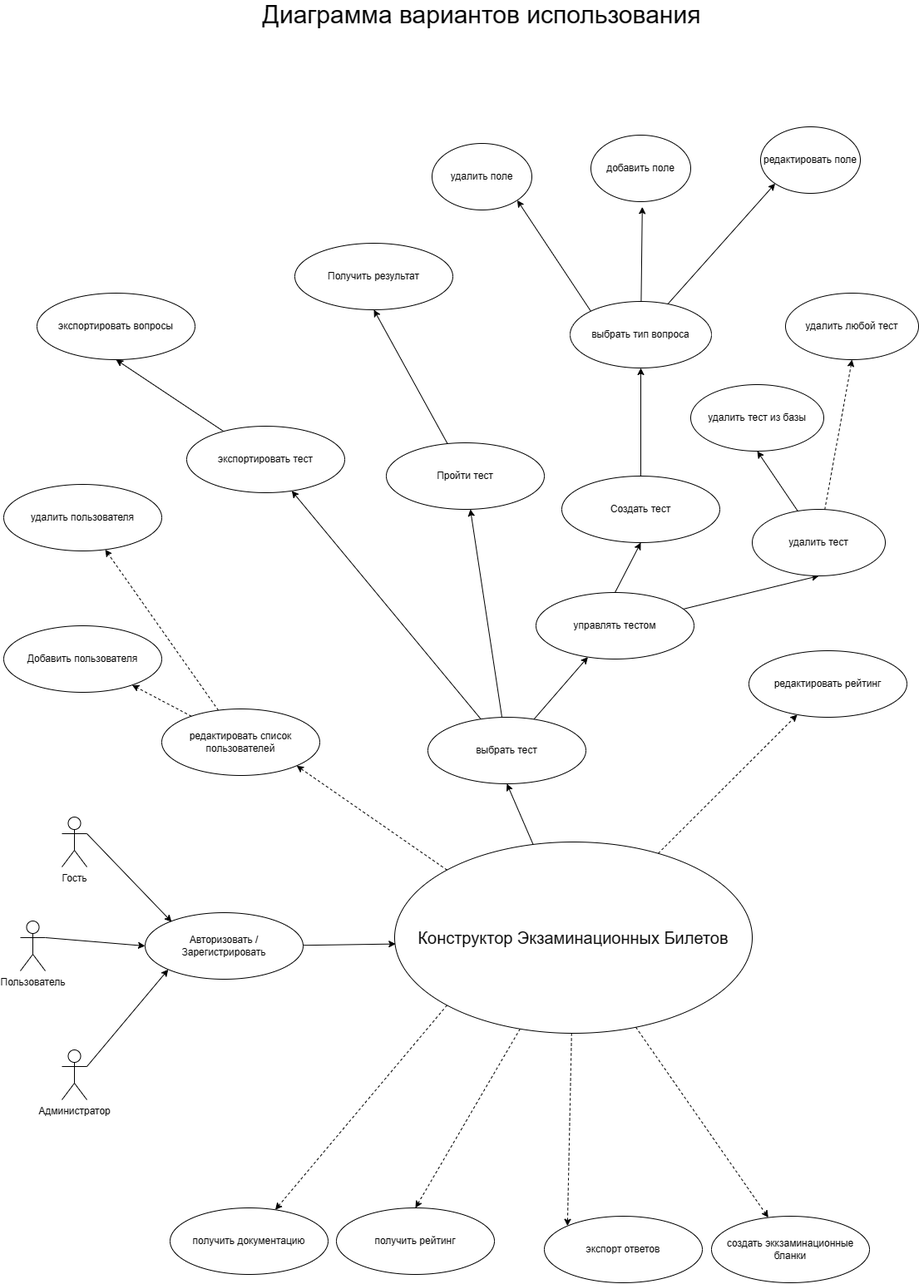
This is Diagrams/Диограмма Вариантов использования.png from alrx31/ExamineConstructor, a draw.io export, as it was before one commit. Source tidied: cells renumbered, new cells last; positions are measured from the earlier drawing's top-left corner, leaving out a move shared by most shapes. The source it was exported from:
```xml
<mxGraphModel>
  <root>
    <mxCell id="0" />
    <mxCell id="1" parent="0" />
    <mxCell id="2" value="&lt;font style=&quot;font-size: 30px;&quot;&gt;Диаграмма вариантов использования&lt;/font&gt;" style="text;strokeColor=none;align=center;fillColor=none;html=1;verticalAlign=middle;whiteSpace=wrap;rounded=0;" parent="1" vertex="1">
      <mxGeometry x="285" width="580" height="30" as="geometry" />
    </mxCell>
    <mxCell id="3" style="rounded=0;jettySize=auto;html=1;exitX=0;exitY=1;exitDx=0;exitDy=0;dashed=1;" parent="1" edge="1" source="7" target="39">
      <mxGeometry relative="1" as="geometry" />
    </mxCell>
    <mxCell id="4" style="rounded=0;jettySize=auto;html=1;entryX=0.5;entryY=1;entryDx=0;entryDy=0;" parent="1" edge="1" source="7" target="31">
      <mxGeometry relative="1" as="geometry" />
    </mxCell>
    <mxCell id="5" style="rounded=0;jettySize=auto;html=1;entryX=0.5;entryY=0;entryDx=0;entryDy=0;dashed=1;" parent="1" edge="1" source="7" target="32">
      <mxGeometry relative="1" as="geometry" />
    </mxCell>
    <mxCell id="6" style="rounded=0;jettySize=auto;html=1;dashed=1;" parent="1" edge="1" source="7" target="46">
      <mxGeometry relative="1" as="geometry" />
    </mxCell>
    <mxCell id="7" value="&lt;font style=&quot;font-size: 20px;&quot;&gt;Конструктор Экзаминационных Билетов&lt;/font&gt;" style="ellipse;whiteSpace=wrap;html=1;" parent="1" vertex="1">
      <mxGeometry x="470" y="1010" width="430" height="230" as="geometry" />
    </mxCell>
    <mxCell id="8" style="rounded=0;jettySize=auto;html=1;exitX=1;exitY=0.3333333333333333;exitDx=0;exitDy=0;exitPerimeter=0;entryX=0;entryY=0.5;entryDx=0;entryDy=0;" parent="1" edge="1" source="9" target="53">
      <mxGeometry relative="1" as="geometry" />
    </mxCell>
    <mxCell id="9" value="Пользователь" style="shape=umlActor;verticalLabelPosition=bottom;verticalAlign=top;html=1;outlineConnect=0;" parent="1" vertex="1">
      <mxGeometry x="20" y="1105" width="30" height="60" as="geometry" />
    </mxCell>
    <mxCell id="10" style="rounded=0;jettySize=auto;html=1;entryX=0.5;entryY=1;entryDx=0;entryDy=0;" parent="1" edge="1" source="11" target="44">
      <mxGeometry relative="1" as="geometry" />
    </mxCell>
    <mxCell id="11" value="Пройти тест" style="ellipse;whiteSpace=wrap;html=1;" parent="1" vertex="1">
      <mxGeometry x="460" y="530" width="190" height="80" as="geometry" />
    </mxCell>
    <mxCell id="12" style="rounded=0;jettySize=auto;html=1;exitX=0.5;exitY=0;exitDx=0;exitDy=0;entryX=0.5;entryY=1;entryDx=0;entryDy=0;" parent="1" edge="1" source="14" target="20">
      <mxGeometry relative="1" as="geometry" />
    </mxCell>
    <mxCell id="13" style="rounded=0;jettySize=auto;html=1;entryX=0.5;entryY=1;entryDx=0;entryDy=0;" parent="1" edge="1" source="14" target="25">
      <mxGeometry relative="1" as="geometry" />
    </mxCell>
    <mxCell id="14" value="управлять тестом" style="ellipse;whiteSpace=wrap;html=1;" parent="1" vertex="1">
      <mxGeometry x="640" y="710" width="190" height="80" as="geometry" />
    </mxCell>
    <mxCell id="15" style="rounded=0;jettySize=auto;html=1;entryX=0;entryY=1;entryDx=0;entryDy=0;" parent="1" edge="1" source="17" target="22">
      <mxGeometry relative="1" as="geometry" />
    </mxCell>
    <mxCell id="16" style="rounded=0;jettySize=auto;html=1;exitX=0;exitY=0;exitDx=0;exitDy=0;entryX=1;entryY=1;entryDx=0;entryDy=0;" parent="1" edge="1" source="17" target="28">
      <mxGeometry relative="1" as="geometry" />
    </mxCell>
    <mxCell id="17" value="выбрать тип вопроса" style="ellipse;whiteSpace=wrap;html=1;" parent="1" vertex="1">
      <mxGeometry x="681" y="360" width="170" height="80" as="geometry" />
    </mxCell>
    <mxCell id="18" value="добавить поле" style="ellipse;whiteSpace=wrap;html=1;" parent="1" vertex="1">
      <mxGeometry x="706" y="160" width="120" height="80" as="geometry" />
    </mxCell>
    <mxCell id="19" style="rounded=0;jettySize=auto;html=1;exitX=0.5;exitY=0;exitDx=0;exitDy=0;entryX=0.5;entryY=1;entryDx=0;entryDy=0;" parent="1" edge="1" source="20" target="17">
      <mxGeometry relative="1" as="geometry" />
    </mxCell>
    <mxCell id="20" value="Создать тест" style="ellipse;whiteSpace=wrap;html=1;" parent="1" vertex="1">
      <mxGeometry x="671" y="570" width="190" height="80" as="geometry" />
    </mxCell>
    <mxCell id="21" style="rounded=0;jettySize=auto;html=1;entryX=0.515;entryY=1.079;entryDx=0;entryDy=0;entryPerimeter=0;" parent="1" edge="1" source="17" target="18">
      <mxGeometry relative="1" as="geometry" />
    </mxCell>
    <mxCell id="22" value="редактировать поле" style="ellipse;whiteSpace=wrap;html=1;" parent="1" vertex="1">
      <mxGeometry x="910" y="150" width="120" height="80" as="geometry" />
    </mxCell>
    <mxCell id="23" style="rounded=0;jettySize=auto;html=1;entryX=0.5;entryY=1;entryDx=0;entryDy=0;" parent="1" edge="1" source="25" target="26">
      <mxGeometry relative="1" as="geometry" />
    </mxCell>
    <mxCell id="24" style="rounded=0;jettySize=auto;html=1;entryX=0.5;entryY=1;entryDx=0;entryDy=0;dashed=1;" parent="1" edge="1" source="25" target="27">
      <mxGeometry relative="1" as="geometry" />
    </mxCell>
    <mxCell id="25" value="удалить тест" style="ellipse;whiteSpace=wrap;html=1;" parent="1" vertex="1">
      <mxGeometry x="900" y="610" width="160" height="80" as="geometry" />
    </mxCell>
    <mxCell id="26" value="удалить тест из базы" style="ellipse;whiteSpace=wrap;html=1;" parent="1" vertex="1">
      <mxGeometry x="826" y="460" width="160" height="80" as="geometry" />
    </mxCell>
    <mxCell id="27" value="удалить любой тест" style="ellipse;whiteSpace=wrap;html=1;" parent="1" vertex="1">
      <mxGeometry x="940" y="350" width="160" height="80" as="geometry" />
    </mxCell>
    <mxCell id="28" value="удалить поле" style="ellipse;whiteSpace=wrap;html=1;" parent="1" vertex="1">
      <mxGeometry x="515" y="170" width="120" height="80" as="geometry" />
    </mxCell>
    <mxCell id="29" style="rounded=0;jettySize=auto;html=1;" parent="1" edge="1" source="31" target="14">
      <mxGeometry relative="1" as="geometry" />
    </mxCell>
    <mxCell id="30" style="rounded=0;jettySize=auto;html=1;" parent="1" edge="1" source="31" target="11">
      <mxGeometry relative="1" as="geometry" />
    </mxCell>
    <mxCell id="31" value="выбрать тест" style="ellipse;whiteSpace=wrap;html=1;" parent="1" vertex="1">
      <mxGeometry x="510" y="860" width="190" height="80" as="geometry" />
    </mxCell>
    <mxCell id="32" value="получить рейтинг" style="ellipse;whiteSpace=wrap;html=1;" parent="1" vertex="1">
      <mxGeometry x="400" y="1450" width="190" height="80" as="geometry" />
    </mxCell>
    <mxCell id="33" style="rounded=0;jettySize=auto;html=1;entryX=0.5;entryY=1;entryDx=0;entryDy=0;" parent="1" edge="1" source="34" target="36">
      <mxGeometry relative="1" as="geometry" />
    </mxCell>
    <mxCell id="34" value="экспортировать тест" style="ellipse;whiteSpace=wrap;html=1;" parent="1" vertex="1">
      <mxGeometry x="220" y="510" width="190" height="80" as="geometry" />
    </mxCell>
    <mxCell id="35" style="rounded=0;jettySize=auto;html=1;" parent="1" edge="1" source="31" target="34">
      <mxGeometry relative="1" as="geometry" />
    </mxCell>
    <mxCell id="36" value="экспортировать вопросы" style="ellipse;whiteSpace=wrap;html=1;" parent="1" vertex="1">
      <mxGeometry x="40" y="350" width="190" height="80" as="geometry" />
    </mxCell>
    <mxCell id="37" value="создать эккзаминационные бланки" style="ellipse;whiteSpace=wrap;html=1;" parent="1" vertex="1">
      <mxGeometry x="851" y="1460" width="190" height="80" as="geometry" />
    </mxCell>
    <mxCell id="38" style="rounded=0;jettySize=auto;html=1;dashed=1;" parent="1" edge="1" source="7" target="37">
      <mxGeometry relative="1" as="geometry" />
    </mxCell>
    <mxCell id="39" value="получить документацию" style="ellipse;whiteSpace=wrap;html=1;" parent="1" vertex="1">
      <mxGeometry x="200" y="1450" width="190" height="80" as="geometry" />
    </mxCell>
    <mxCell id="40" style="rounded=0;jettySize=auto;html=1;exitX=1;exitY=0.3333333333333333;exitDx=0;exitDy=0;exitPerimeter=0;entryX=0;entryY=1;entryDx=0;entryDy=0;" parent="1" edge="1" source="41" target="53">
      <mxGeometry relative="1" as="geometry" />
    </mxCell>
    <mxCell id="41" value="Администратор" style="shape=umlActor;verticalLabelPosition=bottom;verticalAlign=top;html=1;outlineConnect=0;" parent="1" vertex="1">
      <mxGeometry x="70" y="1260" width="30" height="60" as="geometry" />
    </mxCell>
    <mxCell id="42" value="Гость&lt;div&gt;&lt;br/&gt;&lt;/div&gt;" style="shape=umlActor;verticalLabelPosition=bottom;verticalAlign=top;html=1;outlineConnect=0;" parent="1" vertex="1">
      <mxGeometry x="70" y="980" width="30" height="60" as="geometry" />
    </mxCell>
    <mxCell id="43" style="rounded=0;jettySize=auto;html=1;entryX=0;entryY=0;entryDx=0;entryDy=0;dashed=1;" parent="1" edge="1" source="7" target="45">
      <mxGeometry relative="1" as="geometry" />
    </mxCell>
    <mxCell id="44" value="Получить результат" style="ellipse;whiteSpace=wrap;html=1;" parent="1" vertex="1">
      <mxGeometry x="350" y="290" width="190" height="80" as="geometry" />
    </mxCell>
    <mxCell id="45" value="экспорт ответов" style="ellipse;whiteSpace=wrap;html=1;" parent="1" vertex="1">
      <mxGeometry x="650" y="1460" width="190" height="80" as="geometry" />
    </mxCell>
    <mxCell id="46" value="редактировать рейтинг" style="ellipse;whiteSpace=wrap;html=1;" parent="1" vertex="1">
      <mxGeometry x="896" y="780" width="190" height="80" as="geometry" />
    </mxCell>
    <mxCell id="47" style="rounded=0;jettySize=auto;html=1;dashed=1;" parent="1" edge="1" source="49" target="51">
      <mxGeometry relative="1" as="geometry" />
    </mxCell>
    <mxCell id="48" style="rounded=0;jettySize=auto;html=1;dashed=1;" parent="1" edge="1" source="49" target="52">
      <mxGeometry relative="1" as="geometry" />
    </mxCell>
    <mxCell id="49" value="редактировать список пользователей" style="ellipse;whiteSpace=wrap;html=1;" parent="1" vertex="1">
      <mxGeometry x="190" y="850" width="190" height="80" as="geometry" />
    </mxCell>
    <mxCell id="50" style="rounded=0;jettySize=auto;html=1;exitX=0;exitY=0;exitDx=0;exitDy=0;entryX=1;entryY=1;entryDx=0;entryDy=0;dashed=1;" parent="1" edge="1" source="7" target="49">
      <mxGeometry relative="1" as="geometry" />
    </mxCell>
    <mxCell id="51" value="удалить пользователя" style="ellipse;whiteSpace=wrap;html=1;" parent="1" vertex="1">
      <mxGeometry y="580" width="190" height="80" as="geometry" />
    </mxCell>
    <mxCell id="52" value="Добавить пользователя" style="ellipse;whiteSpace=wrap;html=1;" parent="1" vertex="1">
      <mxGeometry y="750" width="190" height="80" as="geometry" />
    </mxCell>
    <mxCell id="53" value="Авторизовать /&lt;div&gt;Зарегистрировать&lt;/div&gt;" style="ellipse;whiteSpace=wrap;html=1;" parent="1" vertex="1">
      <mxGeometry x="170" y="1095" width="190" height="80" as="geometry" />
    </mxCell>
    <mxCell id="54" style="rounded=1;jettySize=auto;html=1;entryX=0.003;entryY=0.533;entryDx=0;entryDy=0;entryPerimeter=0;" parent="1" edge="1" source="53" target="7">
      <mxGeometry relative="1" as="geometry" />
    </mxCell>
    <mxCell id="55" style="rounded=0;jettySize=auto;html=1;entryX=0.168;entryY=0.138;entryDx=0;entryDy=0;entryPerimeter=0;exitX=1;exitY=0.3333333333333333;exitDx=0;exitDy=0;exitPerimeter=0;" parent="1" edge="1" source="42" target="53">
      <mxGeometry relative="1" as="geometry" />
    </mxCell>
  </root>
</mxGraphModel>
```
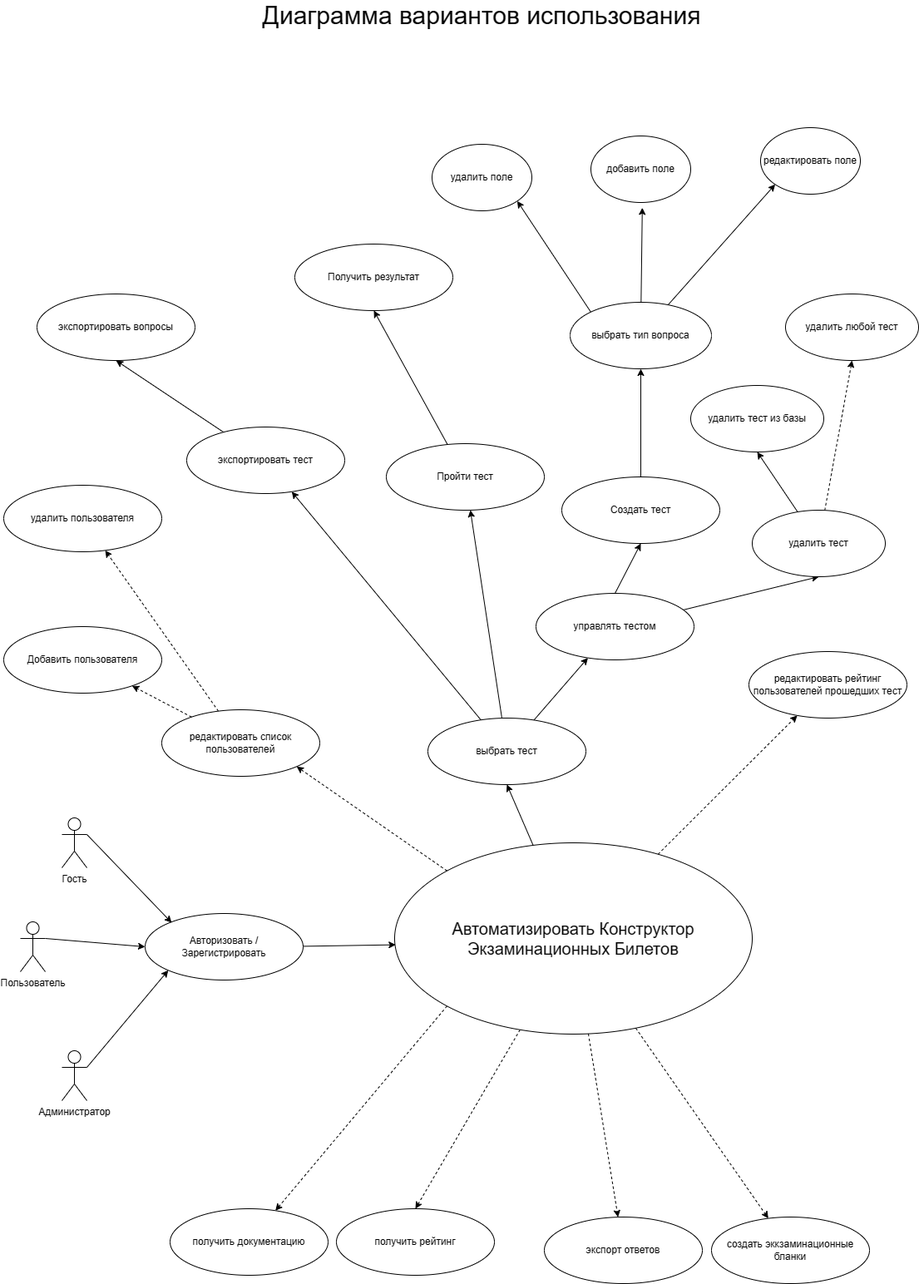
Above is the later version.

Diff of the diagram source:
```diff
@@ -17,7 +17,7 @@
     <mxCell id="6" style="rounded=0;jettySize=auto;html=1;dashed=1;" parent="1" edge="1" source="7" target="46">
       <mxGeometry relative="1" as="geometry" />
     </mxCell>
-    <mxCell id="7" value="&lt;font style=&quot;font-size: 20px;&quot;&gt;Конструктор Экзаминационных Билетов&lt;/font&gt;" style="ellipse;whiteSpace=wrap;html=1;" parent="1" vertex="1">
+    <mxCell id="7" value="&lt;font style=&quot;font-size: 20px;&quot;&gt;Автоматизировать Конструктор Экзаминационных Билетов&lt;/font&gt;" style="ellipse;whiteSpace=wrap;html=1;" parent="1" vertex="1">
       <mxGeometry x="470" y="1010" width="430" height="230" as="geometry" />
     </mxCell>
     <mxCell id="8" style="rounded=0;jettySize=auto;html=1;exitX=1;exitY=0.3333333333333333;exitDx=0;exitDy=0;exitPerimeter=0;entryX=0;entryY=0.5;entryDx=0;entryDy=0;" parent="1" edge="1" source="9" target="53">
@@ -125,7 +125,7 @@
     <mxCell id="42" value="Гость&lt;div&gt;&lt;br/&gt;&lt;/div&gt;" style="shape=umlActor;verticalLabelPosition=bottom;verticalAlign=top;html=1;outlineConnect=0;" parent="1" vertex="1">
       <mxGeometry x="70" y="980" width="30" height="60" as="geometry" />
     </mxCell>
-    <mxCell id="43" style="rounded=0;jettySize=auto;html=1;entryX=0;entryY=0;entryDx=0;entryDy=0;dashed=1;" parent="1" edge="1" source="7" target="45">
+    <mxCell id="43" style="rounded=0;jettySize=auto;html=1;dashed=1;" parent="1" edge="1" source="7" target="45">
       <mxGeometry relative="1" as="geometry" />
     </mxCell>
     <mxCell id="44" value="Получить результат" style="ellipse;whiteSpace=wrap;html=1;" parent="1" vertex="1">
@@ -134,7 +134,7 @@
     <mxCell id="45" value="экспорт ответов" style="ellipse;whiteSpace=wrap;html=1;" parent="1" vertex="1">
       <mxGeometry x="650" y="1460" width="190" height="80" as="geometry" />
     </mxCell>
-    <mxCell id="46" value="редактировать рейтинг" style="ellipse;whiteSpace=wrap;html=1;" parent="1" vertex="1">
+    <mxCell id="46" value="редактировать рейтинг пользователей прошедших тест" style="ellipse;whiteSpace=wrap;html=1;" parent="1" vertex="1">
       <mxGeometry x="896" y="780" width="190" height="80" as="geometry" />
     </mxCell>
     <mxCell id="47" style="rounded=0;jettySize=auto;html=1;dashed=1;" parent="1" edge="1" source="49" target="51">
```
